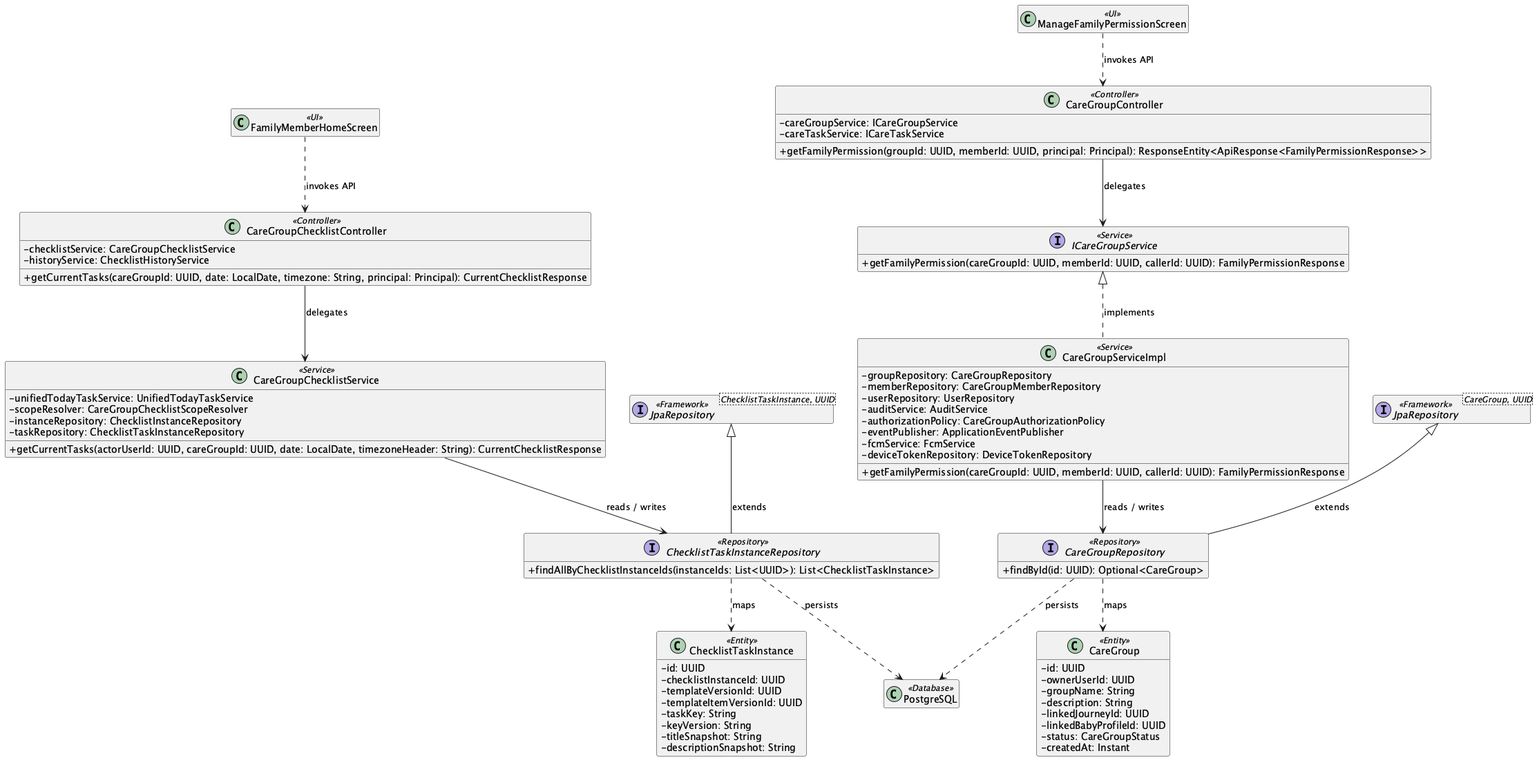
ChuongBDHE172784/CareBridge_SEP490_G79 keeps this PlantUML diagram as 03_Design/Detailed_Design/MF08_Family_Sync_Cooperative_Care/images/02_Family_Permissions_and_Shared_Care_Monitoring_ClassDiagram.png. Above is the earlier version.
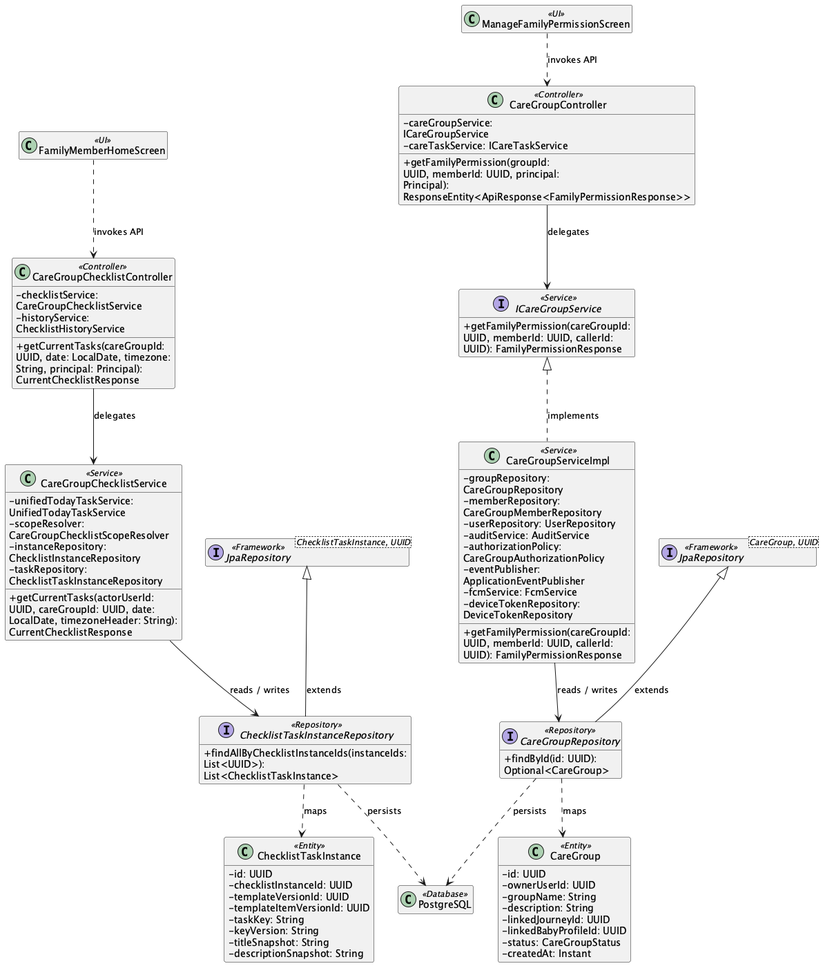
After the commit.

The edit, as a diff of the source:
```diff
@@ -1,5 +1,6 @@
-@startuml
+@startuml ClassDiagram_02FamilyPermissionsandSharedCareMonitoring
 skinparam classAttributeIconSize 0
+skinparam wrapWidth 250
 hide empty members
 
 class "FamilyMemberHomeScreen" as UIFamilyMemberHomeScreen <<UI>>
```
